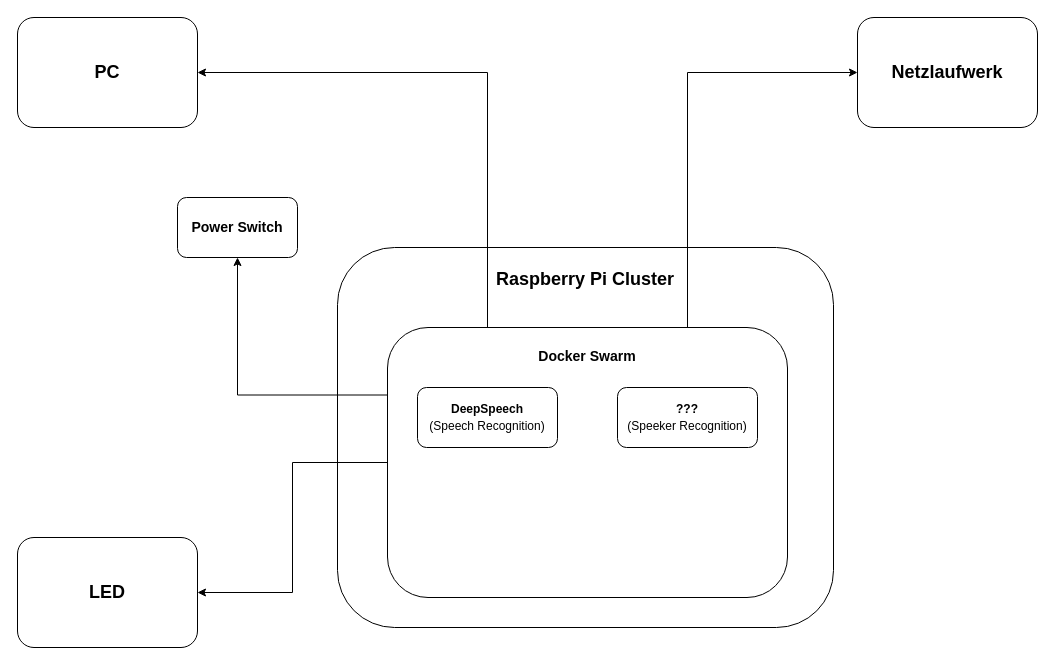
Before: Concept/communication_draft.drawio in Velociraptor45/Xipona, a draw.io diagram. Source tidied: cells renumbered, new cells numbered last; positions are measured from the earlier drawing's top-left corner, leaving out a move shared by most shapes. Both pictures are drawn from the tidied source at 100%, with x=0, y=0 at pixel (17, 17).
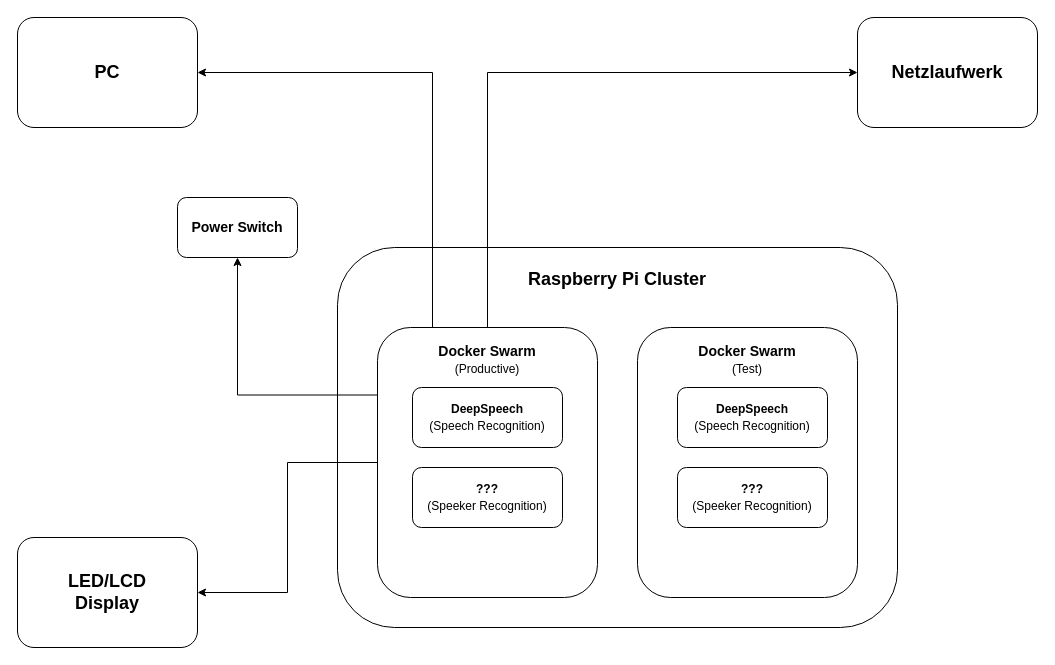
The same diagram, later.

Commit message (it also covers changes not shown here):
Add visual concept draft

Diff of the diagram source:
```diff
@@
 <mxGraphModel>
   <root>
     <mxCell id="0" />
     <mxCell id="1" parent="0" />
     <mxCell id="2" value="&lt;h2&gt;Raspberry Pi Cluster&lt;/h2&gt;" style="rounded=1;whiteSpace=wrap;html=1;verticalAlign=top;" parent="1" vertex="1">
-      <mxGeometry x="320" y="230" width="496" height="380" as="geometry" />
+      <mxGeometry x="320" y="230" width="560" height="380" as="geometry" />
     </mxCell>
     <mxCell id="3" value="&lt;h2&gt;PC&lt;/h2&gt;" style="rounded=1;whiteSpace=wrap;html=1;verticalAlign=middle;" parent="1" vertex="1">
       <mxGeometry width="180" height="110" as="geometry" />
     </mxCell>
     <mxCell id="4" style="edgeStyle=orthogonalEdgeStyle;rounded=0;jettySize=auto;html=1;exitX=0;exitY=0.5;exitDx=0;exitDy=0;entryX=1;entryY=0.5;entryDx=0;entryDy=0;" parent="1" edge="1" source="8" target="9">
       <mxGeometry relative="1" as="geometry" />
     </mxCell>
     <mxCell id="5" style="edgeStyle=orthogonalEdgeStyle;rounded=0;jettySize=auto;html=1;exitX=0.25;exitY=0;exitDx=0;exitDy=0;entryX=1;entryY=0.5;entryDx=0;entryDy=0;" parent="1" edge="1" source="8" target="3">
       <mxGeometry relative="1" as="geometry" />
     </mxCell>
-    <mxCell id="6" style="edgeStyle=orthogonalEdgeStyle;rounded=0;jettySize=auto;html=1;exitX=0.75;exitY=0;exitDx=0;exitDy=0;entryX=0;entryY=0.5;entryDx=0;entryDy=0;" parent="1" edge="1" source="8" target="12">
+    <mxCell id="6" style="edgeStyle=orthogonalEdgeStyle;rounded=0;jettySize=auto;html=1;exitX=0.5;exitY=0;exitDx=0;exitDy=0;entryX=0;entryY=0.5;entryDx=0;entryDy=0;" parent="1" edge="1" source="8" target="12">
       <mxGeometry relative="1" as="geometry" />
     </mxCell>
     <mxCell id="7" style="edgeStyle=orthogonalEdgeStyle;rounded=0;jettySize=auto;html=1;exitX=0;exitY=0.25;exitDx=0;exitDy=0;entryX=0.5;entryY=1;entryDx=0;entryDy=0;" parent="1" edge="1" source="8" target="13">
       <mxGeometry relative="1" as="geometry" />
     </mxCell>
-    <mxCell id="8" value="&lt;h3&gt;Docker Swarm&lt;/h3&gt;" style="rounded=1;whiteSpace=wrap;html=1;verticalAlign=top;" parent="1" vertex="1">
-      <mxGeometry x="370" y="310" width="400" height="270" as="geometry" />
+    <mxCell id="8" value="&lt;h3 style=&quot;line-height: 50%&quot;&gt;Docker Swarm&lt;/h3&gt;&lt;div style=&quot;line-height: 0%&quot;&gt;(Productive)&lt;br&gt;&lt;/div&gt;" style="rounded=1;whiteSpace=wrap;html=1;verticalAlign=top;" parent="1" vertex="1">
+      <mxGeometry x="360" y="310" width="220" height="270" as="geometry" />
     </mxCell>
-    <mxCell id="9" value="&lt;h2&gt;LED&lt;/h2&gt;" style="rounded=1;whiteSpace=wrap;html=1;" parent="1" vertex="1">
+    <mxCell id="9" value="&lt;h2&gt;LED/LCD&lt;br&gt;Display&lt;/h2&gt;" style="rounded=1;whiteSpace=wrap;html=1;" parent="1" vertex="1">
       <mxGeometry y="520" width="180" height="110" as="geometry" />
     </mxCell>
     <mxCell id="10" value="&lt;p style=&quot;line-height: 50%&quot;&gt;&lt;b&gt;DeepSpeech&lt;/b&gt;&lt;/p&gt;&lt;p style=&quot;line-height: 40%&quot;&gt;(Speech Recognition)&lt;/p&gt;" style="rounded=1;whiteSpace=wrap;html=1;" parent="1" vertex="1">
-      <mxGeometry x="400" y="370" width="140" height="60" as="geometry" />
+      <mxGeometry x="395" y="370" width="150" height="60" as="geometry" />
     </mxCell>
     <mxCell id="11" value="&lt;p style=&quot;line-height: 50%&quot;&gt;&lt;b&gt;???&lt;/b&gt;&lt;br&gt;&lt;/p&gt;&lt;p style=&quot;line-height: 40%&quot;&gt;(Speeker Recognition)&lt;/p&gt;" style="rounded=1;whiteSpace=wrap;html=1;" parent="1" vertex="1">
-      <mxGeometry x="600" y="370" width="140" height="60" as="geometry" />
+      <mxGeometry x="395" y="450" width="150" height="60" as="geometry" />
     </mxCell>
     <mxCell id="12" value="&lt;h2&gt;Netzlaufwerk&lt;/h2&gt;" style="rounded=1;whiteSpace=wrap;html=1;" parent="1" vertex="1">
       <mxGeometry x="840" width="180" height="110" as="geometry" />
     </mxCell>
     <mxCell id="13" value="&lt;h3&gt;Power Switch&lt;/h3&gt;" style="rounded=1;whiteSpace=wrap;html=1;" parent="1" vertex="1">
       <mxGeometry x="160" y="180" width="120" height="60" as="geometry" />
     </mxCell>
+    <mxCell id="14" value="&lt;h3 style=&quot;line-height: 50%&quot;&gt;Docker Swarm&lt;/h3&gt;&lt;div style=&quot;line-height: 0%&quot;&gt;(Test)&lt;br&gt;&lt;/div&gt;" style="rounded=1;whiteSpace=wrap;html=1;verticalAlign=top;" parent="1" vertex="1">
+      <mxGeometry x="620" y="310" width="220" height="270" as="geometry" />
+    </mxCell>
+    <mxCell id="15" value="&lt;p style=&quot;line-height: 50%&quot;&gt;&lt;b&gt;DeepSpeech&lt;/b&gt;&lt;/p&gt;&lt;p style=&quot;line-height: 40%&quot;&gt;(Speech Recognition)&lt;/p&gt;" style="rounded=1;whiteSpace=wrap;html=1;" parent="1" vertex="1">
+      <mxGeometry x="660" y="370" width="150" height="60" as="geometry" />
+    </mxCell>
+    <mxCell id="16" value="&lt;p style=&quot;line-height: 50%&quot;&gt;&lt;b&gt;???&lt;/b&gt;&lt;br&gt;&lt;/p&gt;&lt;p style=&quot;line-height: 40%&quot;&gt;(Speeker Recognition)&lt;/p&gt;" style="rounded=1;whiteSpace=wrap;html=1;" parent="1" vertex="1">
+      <mxGeometry x="660" y="450" width="150" height="60" as="geometry" />
+    </mxCell>
   </root>
 </mxGraphModel>
```
